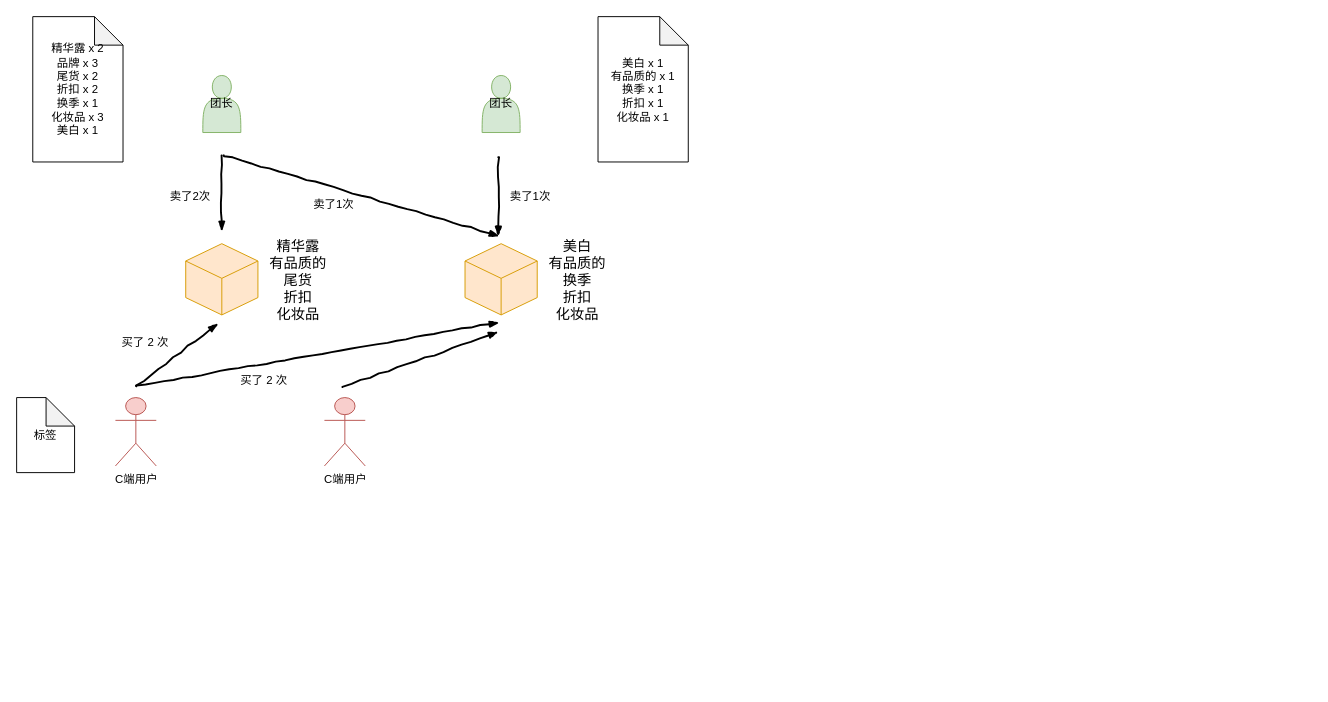
The draw.io diagram 协同算法.drawio in chenyz/EGOTableViewPullRefresh, before the edit. Source tidied: cells renumbered, new cells numbered last; positions are measured from the earlier drawing's top-left corner, leaving out a move shared by most shapes. Both pictures are drawn from the tidied source at 95%, with x=0, y=0 at pixel (16, 16).
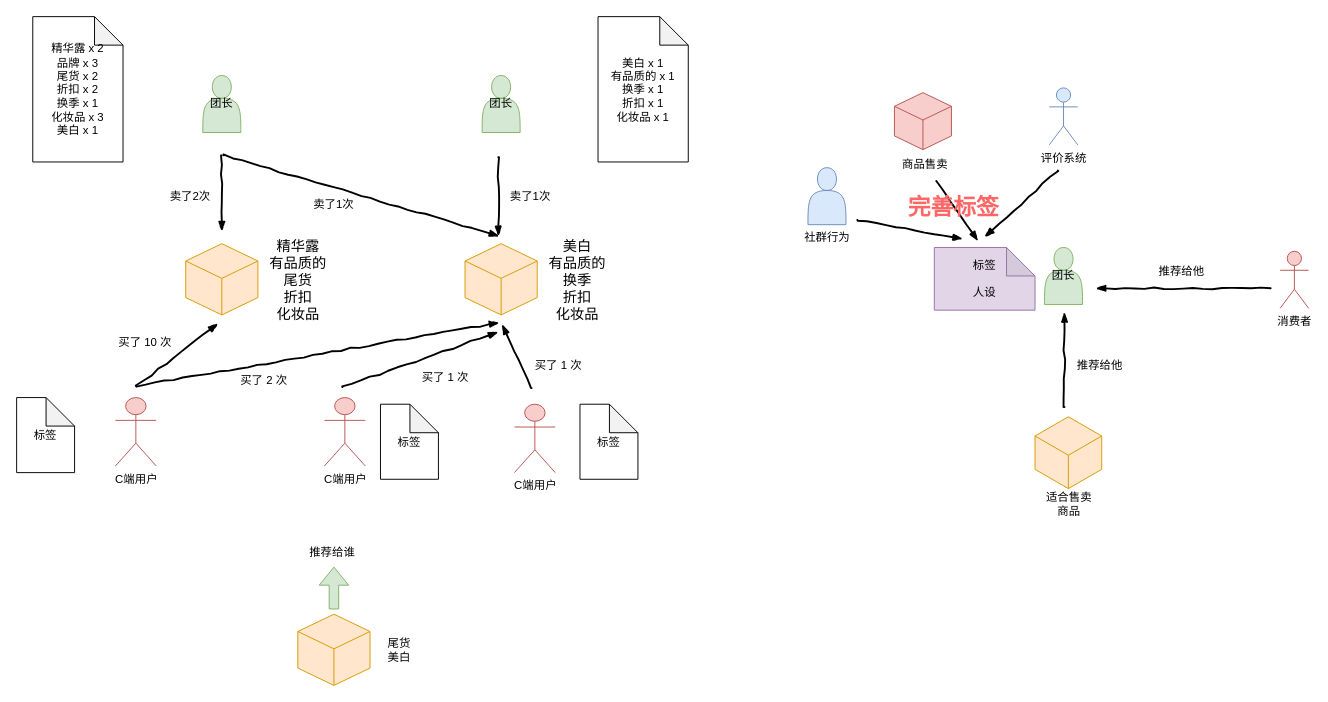
The same page after the edit.

Commit message (it also covers changes not shown here):
更新协同算法.drawio

What changed in the source:
```diff
@@
-    <mxCell id="19" value="买了 2 次" style="text;html=1;strokeColor=none;fillColor=none;align=center;verticalAlign=middle;whiteSpace=wrap;rounded=0;" parent="1" vertex="1">
+    <mxCell id="19" value="买了 10 次" style="text;html=1;strokeColor=none;fillColor=none;align=center;verticalAlign=middle;whiteSpace=wrap;rounded=0;" parent="1" vertex="1">
       <mxGeometry x="105" y="333" width="61" height="20" as="geometry" />
     </mxCell>
@@
+    <mxCell id="24" value="买了 1 次" style="text;html=1;strokeColor=none;fillColor=none;align=center;verticalAlign=middle;whiteSpace=wrap;rounded=0;" parent="1" vertex="1">
+      <mxGeometry x="421" y="370" width="61" height="20" as="geometry" />
+    </mxCell>
+    <mxCell id="25" value="C端用户" style="shape=umlActor;verticalLabelPosition=bottom;labelBackgroundColor=#ffffff;verticalAlign=top;html=1;fillColor=#f8cecc;strokeColor=#b85450;" parent="1" vertex="1">
+      <mxGeometry x="524" y="408" width="43" height="72" as="geometry" />
+    </mxCell>
+    <mxCell id="26" style="rounded=0;comic=1;strokeWidth=2;endArrow=blockThin;html=1;fontFamily=Comic Sans MS;fontStyle=1;" parent="1" edge="1">
+      <mxGeometry relative="1" as="geometry">
+        <mxPoint x="542" y="391" as="sourcePoint" />
+        <mxPoint x="511" y="324" as="targetPoint" />
+      </mxGeometry>
+    </mxCell>
+    <mxCell id="27" value="买了 1 次" style="text;html=1;strokeColor=none;fillColor=none;align=center;verticalAlign=middle;whiteSpace=wrap;rounded=0;" parent="1" vertex="1">
+      <mxGeometry x="540" y="357" width="61" height="20" as="geometry" />
+    </mxCell>
+    <mxCell id="28" value="团长" style="shape=actor;whiteSpace=wrap;html=1;fillColor=#d5e8d4;strokeColor=#82b366;" parent="1" vertex="1">
+      <mxGeometry x="1082" y="243" width="40" height="60" as="geometry" />
+    </mxCell>
+    <mxCell id="29" value="标签" style="shape=note;whiteSpace=wrap;html=1;backgroundOutline=1;darkOpacity=0.05;" parent="1" vertex="1">
+      <mxGeometry x="383" y="408" width="61" height="79" as="geometry" />
+    </mxCell>
+    <mxCell id="30" value="标签" style="shape=note;whiteSpace=wrap;html=1;backgroundOutline=1;darkOpacity=0.05;" parent="1" vertex="1">
+      <mxGeometry x="593" y="408" width="61" height="79" as="geometry" />
+    </mxCell>
+    <mxCell id="31" style="whiteSpace=wrap;html=1;shape=mxgraph.basic.isocube;isoAngle=15;fillColor=#ffe6cc;strokeColor=#d79b00;" parent="1" vertex="1">
+      <mxGeometry x="296" y="629" width="76" height="75" as="geometry" />
+    </mxCell>
+    <mxCell id="32" value="尾货&lt;br&gt;美白" style="text;html=1;strokeColor=none;fillColor=none;align=center;verticalAlign=middle;whiteSpace=wrap;rounded=0;" parent="1" vertex="1">
+      <mxGeometry x="383" y="657" width="40" height="20" as="geometry" />
+    </mxCell>
+    <mxCell id="33" value="评价系统" style="shape=umlActor;verticalLabelPosition=bottom;labelBackgroundColor=#ffffff;verticalAlign=top;html=1;fillColor=#dae8fc;strokeColor=#6c8ebf;" parent="1" vertex="1">
+      <mxGeometry x="1087" y="75" width="30" height="60" as="geometry" />
+    </mxCell>
+    <mxCell id="34" style="shape=flexArrow;endArrow=classic;html=1;fillColor=#d5e8d4;strokeColor=#82b366;" parent="1" edge="1">
+      <mxGeometry relative="1" as="geometry">
+        <mxPoint x="334" y="624" as="sourcePoint" />
+        <mxPoint x="334" y="579" as="targetPoint" />
+      </mxGeometry>
+    </mxCell>
+    <mxCell id="35" value="推荐给谁" style="text;html=1;strokeColor=none;fillColor=none;align=center;verticalAlign=middle;whiteSpace=wrap;rounded=0;" parent="1" vertex="1">
+      <mxGeometry x="305" y="554" width="55" height="20" as="geometry" />
+    </mxCell>
+    <mxCell id="36" value="标签&lt;br&gt;&lt;br&gt;人设" style="shape=note;whiteSpace=wrap;html=1;backgroundOutline=1;darkOpacity=0.05;fillColor=#e1d5e7;strokeColor=#9673a6;" parent="1" vertex="1">
+      <mxGeometry x="966" y="243" width="106" height="66" as="geometry" />
+    </mxCell>
+    <mxCell id="37" style="whiteSpace=wrap;html=1;shape=mxgraph.basic.isocube;isoAngle=15;fillColor=#f8cecc;strokeColor=#b85450;" parent="1" vertex="1">
+      <mxGeometry x="924" y="80" width="60" height="60" as="geometry" />
+    </mxCell>
+    <mxCell id="38" value="商品售卖" style="text;html=1;strokeColor=none;fillColor=none;align=center;verticalAlign=middle;whiteSpace=wrap;rounded=0;" parent="1" vertex="1">
+      <mxGeometry x="930" y="146" width="53" height="20" as="geometry" />
+    </mxCell>
+    <mxCell id="39" style="rounded=0;comic=1;strokeWidth=2;endArrow=blockThin;html=1;fontFamily=Comic Sans MS;fontStyle=1;" parent="1" edge="1">
+      <mxGeometry relative="1" as="geometry">
+        <mxPoint x="968" y="173" as="sourcePoint" />
+        <mxPoint x="1012" y="236" as="targetPoint" />
+      </mxGeometry>
+    </mxCell>
+    <mxCell id="40" style="rounded=0;comic=1;strokeWidth=2;endArrow=blockThin;html=1;fontFamily=Comic Sans MS;fontStyle=1;" parent="1" edge="1">
+      <mxGeometry relative="1" as="geometry">
+        <mxPoint x="1096" y="162" as="sourcePoint" />
+        <mxPoint x="1019" y="232" as="targetPoint" />
+      </mxGeometry>
+    </mxCell>
+    <mxCell id="41" style="shape=actor;whiteSpace=wrap;html=1;fillColor=#dae8fc;strokeColor=#6c8ebf;" parent="1" vertex="1">
+      <mxGeometry x="833" y="159" width="40" height="60" as="geometry" />
+    </mxCell>
+    <mxCell id="42" value="社群行为" style="text;html=1;strokeColor=none;fillColor=none;align=center;verticalAlign=middle;whiteSpace=wrap;rounded=0;" parent="1" vertex="1">
+      <mxGeometry x="826.5" y="223" width="53" height="20" as="geometry" />
+    </mxCell>
+    <mxCell id="43" style="rounded=0;comic=1;strokeWidth=2;endArrow=blockThin;html=1;fontFamily=Comic Sans MS;fontStyle=1;" parent="1" edge="1">
+      <mxGeometry relative="1" as="geometry">
+        <mxPoint x="885" y="214" as="sourcePoint" />
+        <mxPoint x="996" y="234" as="targetPoint" />
+      </mxGeometry>
+    </mxCell>
+    <mxCell id="44" value="&lt;font color=&quot;#ff6666&quot;&gt;完善标签&lt;/font&gt;" style="text;strokeColor=none;fillColor=none;html=1;fontSize=24;fontStyle=1;verticalAlign=middle;align=center;" parent="1" vertex="1">
+      <mxGeometry x="960" y="193" width="52" height="15" as="geometry" />
+    </mxCell>
+    <mxCell id="45" style="html=1;whiteSpace=wrap;shape=isoCube;backgroundOutline=1;fillColor=#ffe6cc;strokeColor=#d79b00;" parent="1" vertex="1">
+      <mxGeometry x="1072" y="420" width="70.2" height="78" as="geometry" />
+    </mxCell>
+    <mxCell id="46" value="消费者" style="shape=umlActor;verticalLabelPosition=bottom;labelBackgroundColor=#ffffff;verticalAlign=top;html=1;fillColor=#f8cecc;strokeColor=#b85450;" parent="1" vertex="1">
+      <mxGeometry x="1330" y="247" width="30" height="60" as="geometry" />
+    </mxCell>
+    <mxCell id="47" value="适合售卖商品" style="text;html=1;strokeColor=none;fillColor=none;align=center;verticalAlign=middle;whiteSpace=wrap;rounded=0;" parent="1" vertex="1">
+      <mxGeometry x="1079" y="503" width="58" height="20" as="geometry" />
+    </mxCell>
+    <mxCell id="48" style="rounded=0;comic=1;strokeWidth=2;endArrow=blockThin;html=1;fontFamily=Comic Sans MS;fontStyle=1;" parent="1" edge="1">
+      <mxGeometry relative="1" as="geometry">
+        <mxPoint x="1103" y="411" as="sourcePoint" />
+        <mxPoint x="1103" y="311" as="targetPoint" />
+      </mxGeometry>
+    </mxCell>
+    <mxCell id="49" value="推荐给他" style="text;html=1;strokeColor=none;fillColor=none;align=center;verticalAlign=middle;whiteSpace=wrap;rounded=0;" parent="1" vertex="1">
+      <mxGeometry x="1114" y="357" width="53" height="20" as="geometry" />
+    </mxCell>
+    <mxCell id="50" style="rounded=0;comic=1;strokeWidth=2;endArrow=blockThin;html=1;fontFamily=Comic Sans MS;fontStyle=1;" parent="1" edge="1">
+      <mxGeometry relative="1" as="geometry">
+        <mxPoint x="1320" y="286" as="sourcePoint" />
+        <mxPoint x="1136" y="286" as="targetPoint" />
+      </mxGeometry>
+    </mxCell>
+    <mxCell id="51" value="推荐给他" style="text;html=1;strokeColor=none;fillColor=none;align=center;verticalAlign=middle;whiteSpace=wrap;rounded=0;" parent="1" vertex="1">
+      <mxGeometry x="1200" y="258" width="53" height="20" as="geometry" />
+    </mxCell>
```
